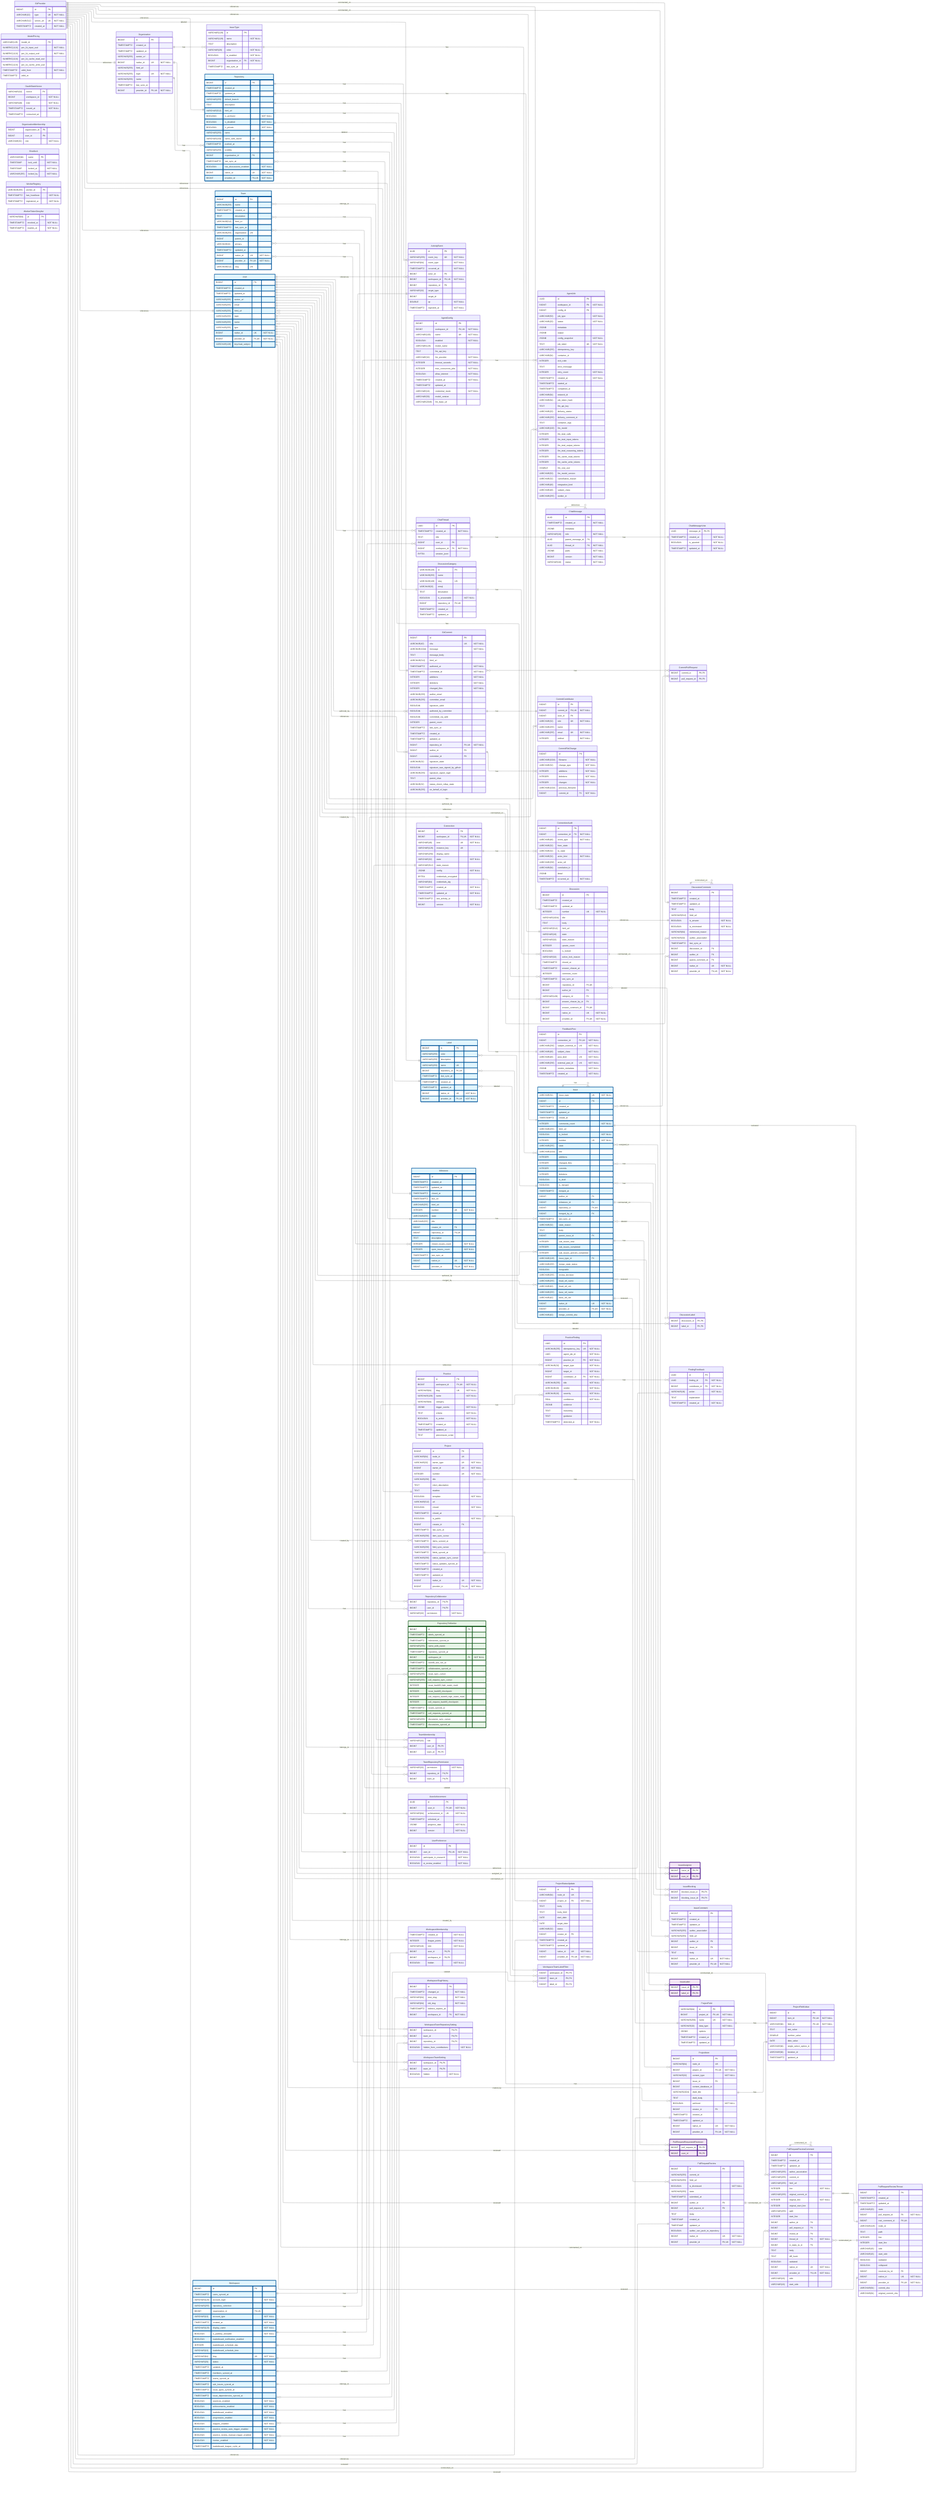
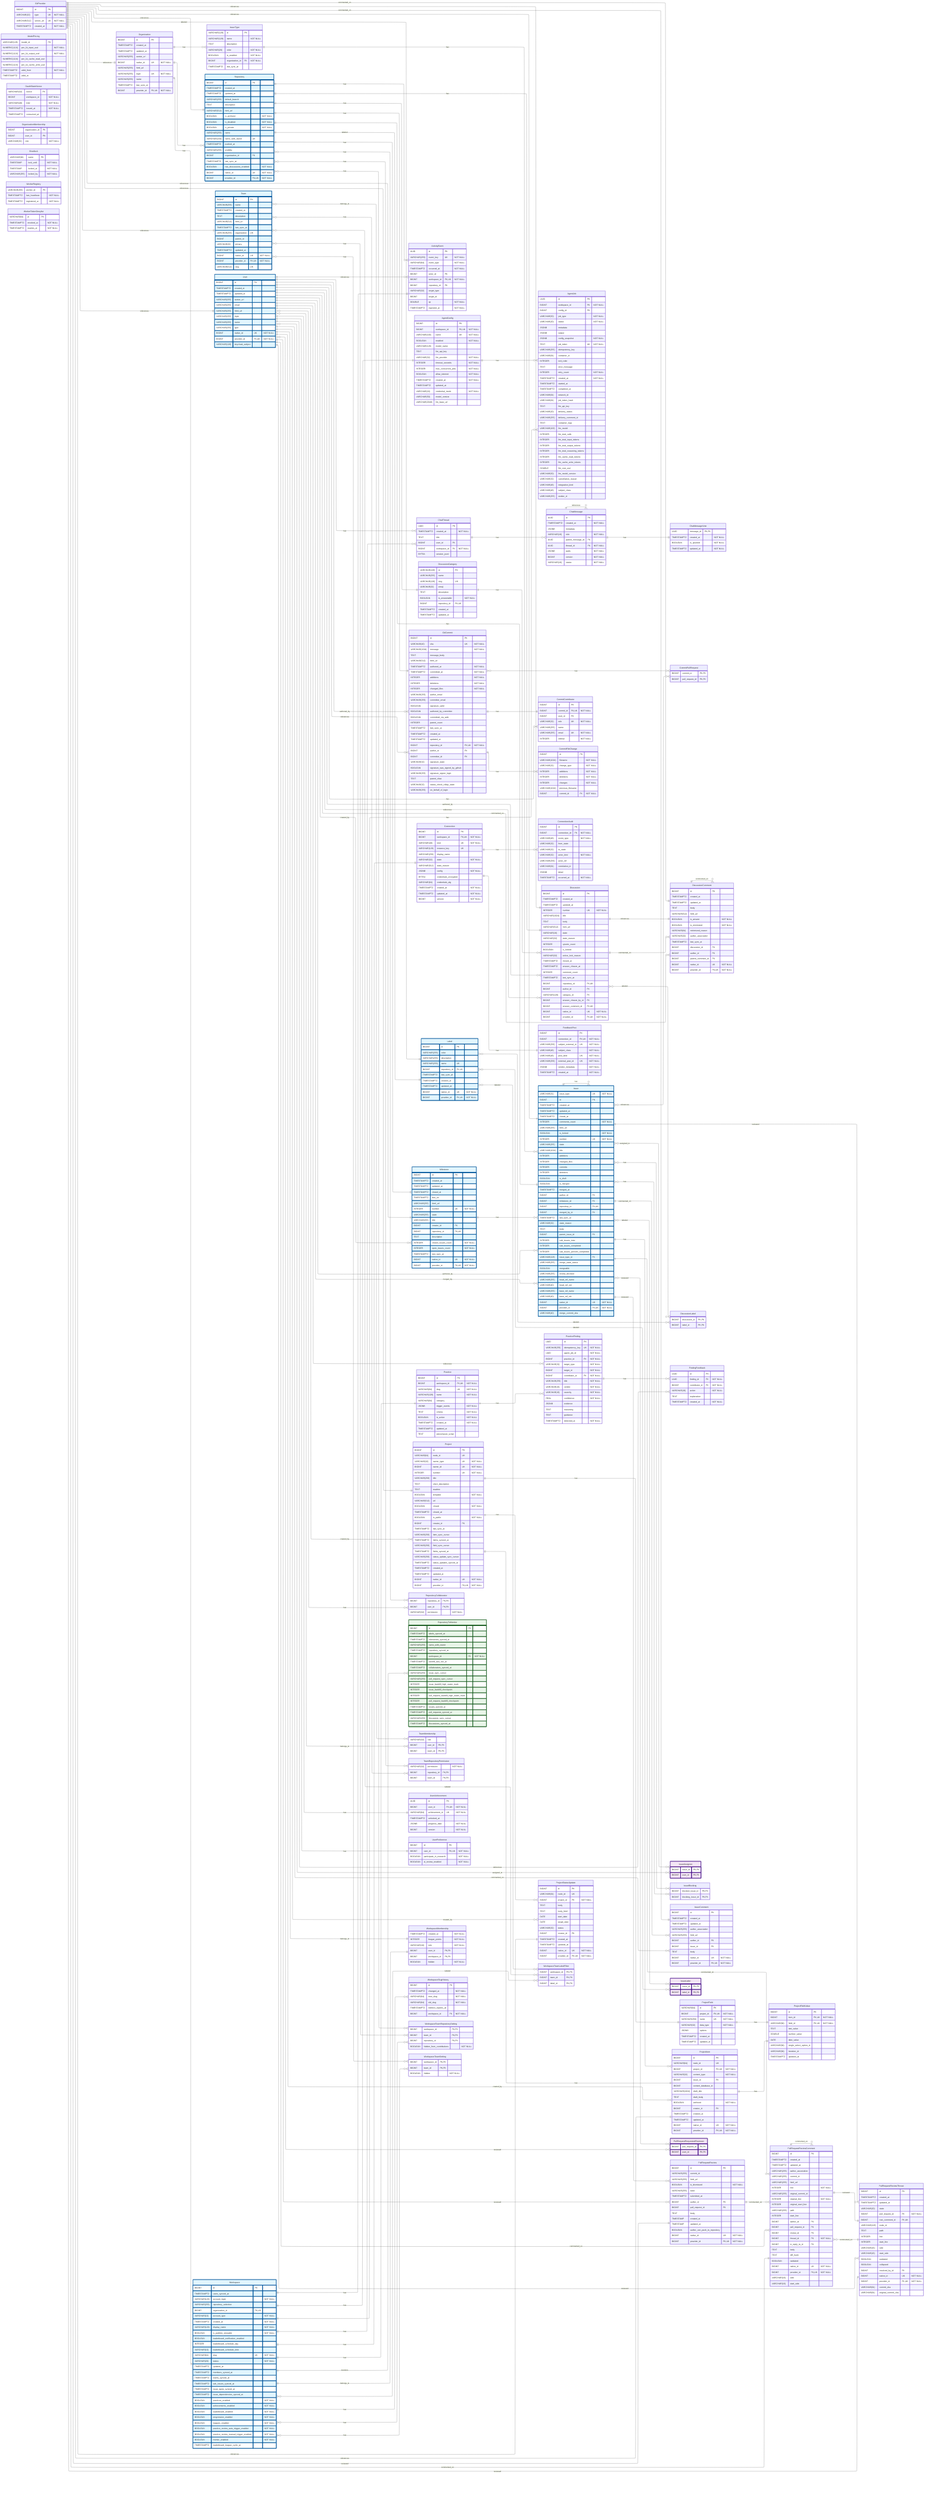
---
config:
    layout: elk
---
erDiagram
    %% Generated automatically from PostgreSQL database schema
    %% using scripts/generate-mermaid-erd.ts
    %% To regenerate: pnpm run db:generate-erd-docs

    direction LR

    ActivityEvent {
        UUID id PK
        VARCHAR(255) event_key UK "NOT NULL"
        VARCHAR(64) event_type "NOT NULL"
        TIMESTAMPTZ occurred_at "NOT NULL"
        BIGINT actor_id FK
        BIGINT workspace_id FK,UK "NOT NULL"
        BIGINT repository_id FK
        VARCHAR(32) target_type
        BIGINT target_id
        DOUBLE xp "NOT NULL"
        TIMESTAMPTZ ingested_at "NOT NULL"
    }

    AgentConfig {
        BIGINT id PK
        BIGINT workspace_id FK,UK "NOT NULL"
        VARCHAR(100) name UK "NOT NULL"
        BOOLEAN enabled "NOT NULL"
        VARCHAR(128) model_name
        TEXT llm_api_key
        VARCHAR(32) llm_provider "NOT NULL"
        INTEGER timeout_seconds "NOT NULL"
        INTEGER max_concurrent_jobs "NOT NULL"
        BOOLEAN allow_internet "NOT NULL"
        TIMESTAMPTZ created_at "NOT NULL"
        TIMESTAMPTZ updated_at
        VARCHAR(16) credential_mode "NOT NULL"
        VARCHAR(50) model_version
        VARCHAR(2048) llm_base_url
    }

    AgentJob {
        UUID id PK
        BIGINT workspace_id FK "NOT NULL"
        BIGINT config_id FK
        VARCHAR(50) job_type "NOT NULL"
        VARCHAR(20) status "NOT NULL"
        JSONB metadata
        JSONB output
        JSONB config_snapshot "NOT NULL"
        TEXT job_token UK "NOT NULL"
        VARCHAR(255) idempotency_key
        VARCHAR(64) container_id
        INTEGER exit_code
        TEXT error_message
        INTEGER retry_count "NOT NULL"
        TIMESTAMPTZ created_at "NOT NULL"
        TIMESTAMPTZ started_at
        TIMESTAMPTZ completed_at
        VARCHAR(64) network_id
        VARCHAR(64) job_token_hash
        TEXT llm_api_key
        VARCHAR(20) delivery_status
        VARCHAR(255) delivery_comment_id
        TEXT container_logs
        VARCHAR(100) llm_model
        INTEGER llm_total_calls
        INTEGER llm_total_input_tokens
        INTEGER llm_total_output_tokens
        INTEGER llm_total_reasoning_tokens
        INTEGER llm_cache_read_tokens
        INTEGER llm_cache_write_tokens
        DOUBLE llm_cost_usd
        VARCHAR(50) llm_model_version
        VARCHAR(32) cancellation_reason
        VARCHAR(48) integration_kind
        VARCHAR(48) subject_class
        VARCHAR(255) worker_id
    }

    ChatMessage {
        UUID id PK
        TIMESTAMPTZ created_at "NOT NULL"
        JSONB metadata
        VARCHAR(16) role "NOT NULL"
        UUID parent_message_id FK
        UUID thread_id FK "NOT NULL"
        JSONB parts "NOT NULL"
        BIGINT version "NOT NULL"
        VARCHAR(16) status "NOT NULL"
    }

    ChatMessageVote {
        UUID message_id PK,FK
        TIMESTAMPTZ created_at "NOT NULL"
        BOOLEAN is_upvoted "NOT NULL"
        TIMESTAMPTZ updated_at "NOT NULL"
    }

    ChatThread {
        UUID id PK
        TIMESTAMPTZ created_at "NOT NULL"
        TEXT title
        BIGINT user_id FK
        BIGINT workspace_id FK "NOT NULL"
        BYTEA session_jsonl
    }

    CommitContributor {
        BIGINT id PK
        BIGINT commit_id FK,UK "NOT NULL"
        BIGINT user_id FK
        VARCHAR(32) role UK "NOT NULL"
        VARCHAR(255) name
        VARCHAR(255) email UK "NOT NULL"
        INTEGER ordinal "NOT NULL"
    }

    CommitFileChange {
        BIGINT id PK
        VARCHAR(1024) filename "NOT NULL"
        VARCHAR(32) change_type "NOT NULL"
        INTEGER additions "NOT NULL"
        INTEGER deletions "NOT NULL"
        INTEGER changes "NOT NULL"
        VARCHAR(1024) previous_filename
        BIGINT commit_id FK "NOT NULL"
    }

    CommitPullRequest {
        BIGINT commit_id PK,FK
        BIGINT pull_request_id PK,FK
    }

    Connection {
        BIGINT id PK
        BIGINT workspace_id FK,UK "NOT NULL"
        VARCHAR(48) kind UK "NOT NULL"
        VARCHAR(128) instance_key UK
        VARCHAR(256) display_name
        VARCHAR(32) state "NOT NULL"
        VARCHAR(512) state_reason
        JSONB config "NOT NULL"
        BYTEA credentials_encrypted
        VARCHAR(64) credentials_alg
        TIMESTAMPTZ created_at "NOT NULL"
        TIMESTAMPTZ updated_at "NOT NULL"
-         TIMESTAMPTZ last_activity_at
        BIGINT version "NOT NULL"
    }

    ConnectionAudit {
        BIGINT id PK
        BIGINT connection_id FK "NOT NULL"
        VARCHAR(48) event_type "NOT NULL"
        VARCHAR(32) from_state
        VARCHAR(32) to_state
        VARCHAR(32) actor_kind "NOT NULL"
        VARCHAR(256) actor_ref
        VARCHAR(64) correlation_id
        JSONB detail
        TIMESTAMPTZ occurred_at "NOT NULL"
    }

    Discussion {
        BIGINT id PK
        TIMESTAMPTZ created_at
        TIMESTAMPTZ updated_at
        INTEGER number UK "NOT NULL"
        VARCHAR(1024) title
        TEXT body
        VARCHAR(512) html_url
        VARCHAR(16) state
        VARCHAR(32) state_reason
        INTEGER upvote_count
        BOOLEAN is_locked
        VARCHAR(32) active_lock_reason
        TIMESTAMPTZ closed_at
        TIMESTAMPTZ answer_chosen_at
        INTEGER comment_count
        TIMESTAMPTZ last_sync_at
        BIGINT repository_id FK,UK
        BIGINT author_id FK
        VARCHAR(128) category_id FK
        BIGINT answer_chosen_by_id FK
        BIGINT answer_comment_id FK,UK
        BIGINT native_id UK "NOT NULL"
        BIGINT provider_id FK,UK "NOT NULL"
    }

    DiscussionCategory {
        VARCHAR(128) id PK
        VARCHAR(255) name
        VARCHAR(128) slug UK
        VARCHAR(32) emoji
        TEXT description
        BOOLEAN is_answerable "NOT NULL"
        BIGINT repository_id FK,UK
        TIMESTAMPTZ created_at
        TIMESTAMPTZ updated_at
    }

    DiscussionComment {
        BIGINT id PK
        TIMESTAMPTZ created_at
        TIMESTAMPTZ updated_at
        TEXT body
        VARCHAR(512) html_url
        BOOLEAN is_answer "NOT NULL"
        BOOLEAN is_minimized "NOT NULL"
        VARCHAR(64) minimized_reason
        VARCHAR(32) author_association
        TIMESTAMPTZ last_sync_at
        BIGINT discussion_id FK
        BIGINT author_id FK
        BIGINT parent_comment_id FK
        BIGINT native_id UK "NOT NULL"
        BIGINT provider_id FK,UK "NOT NULL"
    }

    DiscussionLabel {
        BIGINT discussion_id PK,FK
        BIGINT label_id PK,FK
    }

    FeedbackPost {
        BIGINT id PK
        BIGINT connection_id FK,UK "NOT NULL"
        VARCHAR(256) subject_external_id UK "NOT NULL"
        VARCHAR(48) subject_class "NOT NULL"
        VARCHAR(48) post_kind UK "NOT NULL"
        VARCHAR(256) external_post_id UK "NOT NULL"
        JSONB vendor_metadata "NOT NULL"
        TIMESTAMPTZ created_at "NOT NULL"
    }

    FindingFeedback {
        UUID id PK
        UUID finding_id FK "NOT NULL"
        BIGINT contributor_id FK "NOT NULL"
        VARCHAR(16) action "NOT NULL"
        TEXT explanation
        TIMESTAMPTZ created_at "NOT NULL"
    }

    GitCommit {
        BIGINT id PK
        VARCHAR(40) sha UK "NOT NULL"
        VARCHAR(1024) message "NOT NULL"
        TEXT message_body
        VARCHAR(512) html_url
        TIMESTAMPTZ authored_at "NOT NULL"
        TIMESTAMPTZ committed_at "NOT NULL"
        INTEGER additions "NOT NULL"
        INTEGER deletions "NOT NULL"
        INTEGER changed_files "NOT NULL"
        VARCHAR(255) author_email
        VARCHAR(255) committer_email
        BOOLEAN signature_valid
        BOOLEAN authored_by_committer
        BOOLEAN committed_via_web
        INTEGER parent_count
        TIMESTAMPTZ last_sync_at
        TIMESTAMPTZ created_at
        TIMESTAMPTZ updated_at
        BIGINT repository_id FK,UK "NOT NULL"
        BIGINT author_id FK
        BIGINT committer_id FK
        VARCHAR(32) signature_state
        BOOLEAN signature_was_signed_by_github
        VARCHAR(255) signature_signer_login
        TEXT parent_shas
        VARCHAR(32) status_check_rollup_state
        VARCHAR(255) on_behalf_of_login
    }

    GitProvider {
        BIGINT id PK
        VARCHAR(10) type UK "NOT NULL"
        VARCHAR(512) server_url UK "NOT NULL"
        TIMESTAMPTZ created_at "NOT NULL"
    }

    Issue {
        VARCHAR(31) issue_type UK "NOT NULL"
        BIGINT id PK
        TIMESTAMPTZ created_at
        TIMESTAMPTZ updated_at
        TIMESTAMPTZ closed_at
        INTEGER comments_count "NOT NULL"
        VARCHAR(255) html_url
        BOOLEAN is_locked "NOT NULL"
        INTEGER number UK "NOT NULL"
        VARCHAR(255) state
        VARCHAR(1024) title
        INTEGER additions
        INTEGER changed_files
        INTEGER commits
        INTEGER deletions
        BOOLEAN is_draft
        BOOLEAN is_merged
        TIMESTAMPTZ merged_at
        BIGINT author_id FK
        BIGINT milestone_id FK
        BIGINT repository_id FK,UK
        BIGINT merged_by_id FK
        TIMESTAMPTZ last_sync_at
        VARCHAR(32) state_reason
        TEXT body
        BIGINT parent_issue_id FK
        INTEGER sub_issues_total
        INTEGER sub_issues_completed
        INTEGER sub_issues_percent_completed
        VARCHAR(128) issue_type_id FK
        VARCHAR(255) merge_state_status
        BOOLEAN mergeable
        VARCHAR(255) review_decision
        VARCHAR(255) head_ref_name
        VARCHAR(40) head_ref_oid
        VARCHAR(255) base_ref_name
        VARCHAR(40) base_ref_oid
        BIGINT native_id UK "NOT NULL"
        BIGINT provider_id FK,UK "NOT NULL"
        VARCHAR(40) merge_commit_sha
    }

    IssueAssignee {
        BIGINT issue_id PK,FK
        BIGINT user_id PK,FK
    }

    IssueBlocking {
        BIGINT blocked_issue_id PK,FK
        BIGINT blocking_issue_id PK,FK
    }

    IssueComment {
        BIGINT id PK
        TIMESTAMPTZ created_at
        TIMESTAMPTZ updated_at
        VARCHAR(255) author_association
        VARCHAR(255) html_url
        BIGINT author_id FK
        BIGINT issue_id FK
        TEXT body
        BIGINT native_id UK "NOT NULL"
        BIGINT provider_id FK,UK "NOT NULL"
    }

    IssueLabel {
        BIGINT issue_id PK,FK
        BIGINT label_id PK,FK
    }

    IssueType {
        VARCHAR(128) id PK
        VARCHAR(128) name "NOT NULL"
        TEXT description
        VARCHAR(20) color "NOT NULL"
        BOOLEAN is_enabled "NOT NULL"
        BIGINT organization_id FK "NOT NULL"
        TIMESTAMPTZ last_sync_at
    }

    Label {
        BIGINT id PK
        VARCHAR(255) color
        VARCHAR(255) description
        VARCHAR(255) name UK
        BIGINT repository_id FK,UK
        TIMESTAMPTZ last_sync_at
        TIMESTAMPTZ created_at
        TIMESTAMPTZ updated_at
        BIGINT native_id UK "NOT NULL"
        BIGINT provider_id FK,UK "NOT NULL"
    }

    Milestone {
        BIGINT id PK
        TIMESTAMPTZ created_at
        TIMESTAMPTZ updated_at
        TIMESTAMPTZ closed_at
        TIMESTAMPTZ due_on
        VARCHAR(255) html_url
        INTEGER number UK "NOT NULL"
        VARCHAR(255) state
        VARCHAR(255) title
        BIGINT creator_id FK
        BIGINT repository_id FK,UK
        TEXT description
        INTEGER closed_issues_count "NOT NULL"
        INTEGER open_issues_count "NOT NULL"
        TIMESTAMPTZ last_sync_at
        BIGINT native_id UK "NOT NULL"
        BIGINT provider_id FK,UK "NOT NULL"
    }

    ModelPricing {
        VARCHAR(128) model_id PK
        NUMERIC(12,6) per_1k_input_usd "NOT NULL"
        NUMERIC(12,6) per_1k_output_usd "NOT NULL"
        NUMERIC(12,6) per_1k_cache_read_usd
        NUMERIC(12,6) per_1k_cache_write_usd
        TIMESTAMPTZ valid_from "NOT NULL"
        TIMESTAMPTZ valid_to
    }

    OauthStateNonce {
        VARCHAR(32) nonce PK
        BIGINT workspace_id "NOT NULL"
        VARCHAR(48) kind "NOT NULL"
        TIMESTAMPTZ issued_at "NOT NULL"
        TIMESTAMPTZ consumed_at
    }

    Organization {
        BIGINT id PK
        TIMESTAMPTZ created_at
        TIMESTAMPTZ updated_at
        VARCHAR(255) avatar_url
        BIGINT native_id UK "NOT NULL"
        VARCHAR(255) html_url
        VARCHAR(255) login UK "NOT NULL"
        VARCHAR(255) name
        TIMESTAMPTZ last_sync_at
        BIGINT provider_id FK,UK "NOT NULL"
    }

    OrganizationMembership {
        BIGINT organization_id PK
        BIGINT user_id PK
        VARCHAR(32) role "NOT NULL"
    }

    Practice {
        BIGINT id PK
        BIGINT workspace_id FK,UK "NOT NULL"
        VARCHAR(64) slug UK "NOT NULL"
        VARCHAR(128) name "NOT NULL"
        VARCHAR(64) category
        JSONB trigger_events "NOT NULL"
        TEXT criteria "NOT NULL"
        BOOLEAN is_active "NOT NULL"
        TIMESTAMPTZ created_at "NOT NULL"
        TIMESTAMPTZ updated_at
        TEXT precompute_script
    }

    PracticeFinding {
        UUID id PK
        VARCHAR(255) idempotency_key UK "NOT NULL"
        UUID agent_job_id "NOT NULL"
        BIGINT practice_id FK "NOT NULL"
        VARCHAR(32) target_type "NOT NULL"
        BIGINT target_id "NOT NULL"
        BIGINT contributor_id FK "NOT NULL"
        VARCHAR(255) title "NOT NULL"
        VARCHAR(16) verdict "NOT NULL"
        VARCHAR(16) severity "NOT NULL"
        REAL confidence "NOT NULL"
        JSONB evidence
        TEXT reasoning
        TEXT guidance
        TIMESTAMPTZ detected_at "NOT NULL"
    }

    Project {
        BIGINT id PK
        VARCHAR(64) node_id UK
        VARCHAR(32) owner_type UK "NOT NULL"
        BIGINT owner_id UK "NOT NULL"
        INTEGER number UK "NOT NULL"
        VARCHAR(256) title
        TEXT short_description
        TEXT readme
        BOOLEAN template "NOT NULL"
        VARCHAR(512) url
        BOOLEAN closed "NOT NULL"
        TIMESTAMPTZ closed_at
        BOOLEAN is_public "NOT NULL"
        BIGINT creator_id FK
        TIMESTAMPTZ last_sync_at
        VARCHAR(256) item_sync_cursor
        TIMESTAMPTZ items_synced_at
        VARCHAR(256) field_sync_cursor
        TIMESTAMPTZ fields_synced_at
        VARCHAR(256) status_update_sync_cursor
        TIMESTAMPTZ status_updates_synced_at
        TIMESTAMPTZ created_at
        TIMESTAMPTZ updated_at
        BIGINT native_id UK "NOT NULL"
        BIGINT provider_id FK,UK "NOT NULL"
    }

    ProjectField {
        VARCHAR(64) id PK
        BIGINT project_id FK,UK "NOT NULL"
        VARCHAR(256) name UK "NOT NULL"
        VARCHAR(32) data_type "NOT NULL"
        JSONB options
        TIMESTAMPTZ created_at
        TIMESTAMPTZ updated_at
    }

    ProjectFieldValue {
        BIGINT id PK
        BIGINT item_id FK,UK "NOT NULL"
        VARCHAR(64) field_id FK,UK "NOT NULL"
        TEXT text_value
        DOUBLE number_value
        DATE date_value
        VARCHAR(64) single_select_option_id
        VARCHAR(64) iteration_id
        TIMESTAMPTZ updated_at
    }

    ProjectItem {
        BIGINT id PK
        VARCHAR(64) node_id UK
        BIGINT project_id FK,UK "NOT NULL"
        VARCHAR(32) content_type "NOT NULL"
        BIGINT issue_id FK
        BIGINT content_database_id
        VARCHAR(1024) draft_title
        TEXT draft_body
        BOOLEAN archived "NOT NULL"
        BIGINT creator_id FK
        TIMESTAMPTZ created_at
        TIMESTAMPTZ updated_at
        BIGINT native_id UK "NOT NULL"
        BIGINT provider_id FK,UK "NOT NULL"
    }

    ProjectStatusUpdate {
        BIGINT id PK
        VARCHAR(64) node_id UK
        BIGINT project_id FK "NOT NULL"
        TEXT body
        TEXT body_html
        DATE start_date
        DATE target_date
        VARCHAR(32) status
        BIGINT creator_id FK
        TIMESTAMPTZ created_at
        TIMESTAMPTZ updated_at
        BIGINT native_id UK "NOT NULL"
        BIGINT provider_id FK,UK "NOT NULL"
    }

    PullRequestRequestedReviewer {
        BIGINT pull_request_id PK,FK
        BIGINT user_id PK,FK
    }

    PullRequestReview {
        BIGINT id PK
        VARCHAR(255) commit_id
        VARCHAR(255) html_url
        BOOLEAN is_dismissed "NOT NULL"
        VARCHAR(255) state
        TIMESTAMPTZ submitted_at
        BIGINT author_id FK
        BIGINT pull_request_id FK
        TEXT body
        TIMESTAMP created_at
        TIMESTAMP updated_at
        BOOLEAN author_can_push_to_repository
        BIGINT native_id UK "NOT NULL"
        BIGINT provider_id FK,UK "NOT NULL"
    }

    PullRequestReviewComment {
        BIGINT id PK
        TIMESTAMPTZ created_at
        TIMESTAMPTZ updated_at
        VARCHAR(255) author_association
        VARCHAR(255) commit_id
        VARCHAR(255) html_url
        INTEGER line "NOT NULL"
        VARCHAR(255) original_commit_id
        INTEGER original_line "NOT NULL"
        INTEGER original_start_line
        VARCHAR(255) path
        INTEGER start_line
        BIGINT author_id FK
        BIGINT pull_request_id FK
        BIGINT review_id FK
        BIGINT thread_id FK "NOT NULL"
        BIGINT in_reply_to_id FK
        TEXT body
        TEXT diff_hunk
        BOOLEAN outdated
        BIGINT native_id UK "NOT NULL"
        BIGINT provider_id FK,UK "NOT NULL"
        VARCHAR(16) side
        VARCHAR(16) start_side
    }

    PullRequestReviewThread {
        BIGINT id PK
        TIMESTAMPTZ created_at
        TIMESTAMPTZ updated_at
        VARCHAR(20) state
        BIGINT pull_request_id FK "NOT NULL"
        BIGINT root_comment_id FK,UK
        VARCHAR(128) node_id
        TEXT path
        INTEGER line
        INTEGER start_line
        VARCHAR(16) side
        VARCHAR(16) start_side
        BOOLEAN outdated
        BOOLEAN collapsed
        BIGINT resolved_by_id FK
        BIGINT native_id UK "NOT NULL"
        BIGINT provider_id FK,UK "NOT NULL"
        VARCHAR(64) commit_sha
        VARCHAR(64) original_commit_sha
    }

    Repository {
        BIGINT id PK
        TIMESTAMPTZ created_at
        TIMESTAMPTZ updated_at
        VARCHAR(255) default_branch
        TEXT description
        VARCHAR(512) html_url
        BOOLEAN is_archived "NOT NULL"
        BOOLEAN is_disabled "NOT NULL"
        BOOLEAN is_private "NOT NULL"
        VARCHAR(255) name
        VARCHAR(150) name_with_owner UK
        TIMESTAMPTZ pushed_at
        VARCHAR(255) visibility
        BIGINT organization_id FK
        TIMESTAMPTZ last_sync_at
        BOOLEAN has_discussions_enabled "NOT NULL"
        BIGINT native_id UK "NOT NULL"
        BIGINT provider_id FK,UK "NOT NULL"
    }

    RepositoryCollaborator {
        BIGINT repository_id PK,FK
        BIGINT user_id PK,FK
        VARCHAR(32) permission "NOT NULL"
    }

    RepositoryToMonitor {
        BIGINT id PK
        TIMESTAMPTZ labels_synced_at
        TIMESTAMPTZ milestones_synced_at
        VARCHAR(255) name_with_owner
        TIMESTAMPTZ repository_synced_at
        BIGINT workspace_id FK "NOT NULL"
        TIMESTAMPTZ backfill_last_run_at
        TIMESTAMPTZ collaborators_synced_at
        VARCHAR(255) issue_sync_cursor
        VARCHAR(255) pull_request_sync_cursor
        INTEGER issue_backfill_high_water_mark
        INTEGER issue_backfill_checkpoint
        INTEGER pull_request_backfill_high_water_mark
        INTEGER pull_request_backfill_checkpoint
        TIMESTAMPTZ issues_synced_at
        TIMESTAMPTZ pull_requests_synced_at
        VARCHAR(255) discussion_sync_cursor
        TIMESTAMPTZ discussions_synced_at
    }

    Shedlock {
        VARCHAR(64) name PK
        TIMESTAMP lock_until "NOT NULL"
        TIMESTAMP locked_at "NOT NULL"
        VARCHAR(255) locked_by "NOT NULL"
    }

    Team {
        BIGINT id PK
        VARCHAR(255) name
        TIMESTAMPTZ created_at
        TEXT description
        VARCHAR(512) html_url
        TIMESTAMPTZ last_sync_at
        VARCHAR(255) organization UK
        BIGINT parent_id
        VARCHAR(32) privacy
        TIMESTAMPTZ updated_at
        BIGINT native_id UK "NOT NULL"
        BIGINT provider_id FK,UK "NOT NULL"
        VARCHAR(512) slug UK
    }

    TeamMembership {
        VARCHAR(32) role
        BIGINT user_id PK,FK
        BIGINT team_id PK,FK
    }

    TeamRepositoryPermission {
        VARCHAR(32) permission "NOT NULL"
        BIGINT repository_id PK,FK
        BIGINT team_id PK,FK
    }

    User {
        BIGINT id PK
        TIMESTAMPTZ created_at
        TIMESTAMPTZ updated_at
        VARCHAR(255) avatar_url
        VARCHAR(255) email
        VARCHAR(255) html_url
        VARCHAR(255) login
        VARCHAR(255) name
        VARCHAR(255) type
        BIGINT native_id UK "NOT NULL"
        BIGINT provider_id FK,UK "NOT NULL"
        VARCHAR(128) keycloak_subject
    }

    UserAchievement {
        UUID id PK
        BIGINT user_id FK,UK "NOT NULL"
        VARCHAR(64) achievement_id UK "NOT NULL"
        TIMESTAMPTZ unlocked_at
        JSONB progress_data "NOT NULL"
        BIGINT version "NOT NULL"
    }

    UserPreference {
        BIGINT id PK
        BIGINT user_id FK,UK "NOT NULL"
        BOOLEAN participate_in_research "NOT NULL"
        BOOLEAN ai_review_enabled "NOT NULL"
    }

    WorkerRegistry {
        VARCHAR(255) worker_id PK
        TIMESTAMPTZ last_heartbeat "NOT NULL"
        TIMESTAMPTZ registered_at "NOT NULL"
    }

    WorkerTokenDenylist {
        VARCHAR(64) jti PK
        TIMESTAMPTZ revoked_at "NOT NULL"
        TIMESTAMPTZ expires_at "NOT NULL"
    }

    Workspace {
        BIGINT id PK
        TIMESTAMPTZ users_synced_at
        VARCHAR(120) account_login "NOT NULL"
        VARCHAR(255) repository_selection
        BIGINT organization_id FK,UK
        VARCHAR(10) account_type "NOT NULL"
        TIMESTAMPTZ created_at "NOT NULL"
        VARCHAR(120) display_name "NOT NULL"
        BOOLEAN is_publicly_viewable "NOT NULL"
        BOOLEAN leaderboard_notification_enabled
        INTEGER leaderboard_schedule_day
        VARCHAR(10) leaderboard_schedule_time
        VARCHAR(64) slug UK "NOT NULL"
        VARCHAR(20) status "NOT NULL"
        TIMESTAMPTZ updated_at
        TIMESTAMPTZ members_synced_at
        TIMESTAMPTZ teams_synced_at
        TIMESTAMPTZ sub_issues_synced_at
        TIMESTAMPTZ issue_types_synced_at
        TIMESTAMPTZ issue_dependencies_synced_at
        BOOLEAN practices_enabled "NOT NULL"
        BOOLEAN achievements_enabled "NOT NULL"
        BOOLEAN leaderboard_enabled "NOT NULL"
        BOOLEAN progression_enabled "NOT NULL"
        BOOLEAN leagues_enabled "NOT NULL"
        BOOLEAN practice_review_auto_trigger_enabled "NOT NULL"
        BOOLEAN practice_review_manual_trigger_enabled "NOT NULL"
        BOOLEAN mentor_enabled "NOT NULL"
        TIMESTAMPTZ leaderboard_league_cycle_at
    }

    WorkspaceMembership {
        TIMESTAMPTZ created_at "NOT NULL"
        INTEGER league_points "NOT NULL"
        VARCHAR(16) role "NOT NULL"
        BIGINT user_id PK,FK
        BIGINT workspace_id PK,FK
        BOOLEAN hidden "NOT NULL"
    }

    WorkspaceSlugHistory {
        BIGINT id PK
        TIMESTAMPTZ changed_at "NOT NULL"
        VARCHAR(64) new_slug "NOT NULL"
        VARCHAR(64) old_slug "NOT NULL"
        TIMESTAMPTZ redirect_expires_at
        BIGINT workspace_id FK "NOT NULL"
    }

    WorkspaceTeamLabelFilter {
        BIGINT workspace_id PK,FK
        BIGINT team_id PK,FK
        BIGINT label_id PK,FK
    }

    WorkspaceTeamRepositorySetting {
        BIGINT workspace_id PK,FK
        BIGINT team_id PK,FK
        BIGINT repository_id PK,FK
        BOOLEAN hidden_from_contributions "NOT NULL"
    }

    WorkspaceTeamSetting {
        BIGINT workspace_id PK,FK
        BIGINT team_id PK,FK
        BOOLEAN hidden "NOT NULL"
    }

    %% Relationships
    %% One-to-One relationships
    Workspace ||--|| ActivityEvent : has
    Workspace ||--|| AgentConfig : has
    ChatMessage ||--|| ChatMessageVote : has
    GitCommit ||--|| CommitContributor : has
    Workspace ||--|| Connection : has
    DiscussionComment ||--|| Discussion : references
    GitProvider ||--|| Discussion : references
    Repository ||--|| Discussion : has
    Repository ||--|| DiscussionCategory : has
    GitProvider ||--|| DiscussionComment : commented_on
    Connection ||--|| FeedbackPost : has
    Repository ||--|| GitCommit : has
    GitProvider ||--|| Issue : references
    Repository ||--|| Issue : has
    GitProvider ||--|| IssueComment : commented_on
    GitProvider ||--|| Label : labeled
    Repository ||--|| Label : labeled
    GitProvider ||--|| Milestone : references
    Repository ||--|| Milestone : has
    GitProvider ||--|| Organization : references
    Workspace ||--|| Practice : has
    GitProvider ||--|| Project : references
    Project ||--|| ProjectField : has
    ProjectField ||--|| ProjectFieldValue : has
    ProjectItem ||--|| ProjectFieldValue : has
    Project ||--|| ProjectItem : has
    GitProvider ||--|| ProjectItem : references
    GitProvider ||--|| ProjectStatusUpdate : references
    GitProvider ||--|| PullRequestReview : reviewed
    GitProvider ||--|| PullRequestReviewComment : commented_on
    GitProvider ||--|| PullRequestReviewThread : reviewed
    PullRequestReviewComment ||--|| PullRequestReviewThread : reviewed
    GitProvider ||--|| Repository : references
    GitProvider ||--|| Team : references
    GitProvider ||--|| User : references
    User ||--|| UserAchievement : has
    User ||--|| UserPreference : has
    Organization ||--|| Workspace : has
    User ||--|| WorkspaceMembership : belongs_to
    Workspace ||--|| WorkspaceMembership : belongs_to

    %% One-to-Many relationships
    User ||--o{ ActivityEvent : references
    Repository ||--o{ ActivityEvent : has
    AgentConfig ||--o{ AgentJob : has
    Workspace ||--o{ AgentJob : has
    ChatMessage ||--o{ ChatMessage : references
    ChatThread ||--o{ ChatMessage : has
    User ||--o{ ChatThread : has
    Workspace ||--o{ ChatThread : has
    User ||--o{ CommitContributor : has
    GitCommit ||--o{ CommitFileChange : has
    Connection ||--o{ ConnectionAudit : has
    User ||--o{ Discussion : references
    User ||--o{ Discussion : authored_by
    DiscussionCategory ||--o{ Discussion : has
    User ||--o{ DiscussionComment : commented_on
    Discussion ||--o{ DiscussionComment : commented_on
    DiscussionComment ||--o{ DiscussionComment : commented_on
    User ||--o{ FindingFeedback : references
    PracticeFinding ||--o{ FindingFeedback : has
    User ||--o{ GitCommit : authored_by
    User ||--o{ GitCommit : references
    User ||--o{ Issue : authored_by
    IssueType ||--o{ Issue : has
    User ||--o{ Issue : merged_by
    Milestone ||--o{ Issue : has
    Issue ||--o{ Issue : has
    User ||--o{ IssueComment : commented_on
    Issue ||--o{ IssueComment : commented_on
    Organization ||--o{ IssueType : has
    User ||--o{ Milestone : created_by
    User ||--o{ PracticeFinding : references
    Practice ||--o{ PracticeFinding : has
    User ||--o{ Project : created_by
    User ||--o{ ProjectItem : created_by
    Issue ||--o{ ProjectItem : has
    User ||--o{ ProjectStatusUpdate : created_by
    Project ||--o{ ProjectStatusUpdate : has
    User ||--o{ PullRequestReview : reviewed
    Issue ||--o{ PullRequestReview : reviewed
    User ||--o{ PullRequestReviewComment : commented_on
    PullRequestReviewComment ||--o{ PullRequestReviewComment : commented_on
    Issue ||--o{ PullRequestReviewComment : commented_on
    PullRequestReview ||--o{ PullRequestReviewComment : commented_on
    PullRequestReviewThread ||--o{ PullRequestReviewComment : commented_on
    Issue ||--o{ PullRequestReviewThread : reviewed
    User ||--o{ PullRequestReviewThread : reviewed
    Organization ||--o{ Repository : has
    Workspace ||--o{ RepositoryToMonitor : monitors
    Workspace ||--o{ WorkspaceSlugHistory : has

    %% Many-to-Many relationships
    GitCommit }o--o{ CommitPullRequest : has
    Issue }o--o{ CommitPullRequest : references
    Discussion }o--o{ DiscussionLabel : labeled
    Label }o--o{ DiscussionLabel : labeled
    Issue }o--o{ IssueAssignee : assigned_to
    User }o--o{ IssueAssignee : assigned_to
    Issue }o--o{ IssueBlocking : has
    Issue }o--o{ IssueBlocking : has
    Issue }o--o{ IssueLabel : labeled
    Label }o--o{ IssueLabel : labeled
    Issue }o--o{ PullRequestRequestedReviewer : reviewed
    User }o--o{ PullRequestRequestedReviewer : reviewed
    Repository }o--o{ RepositoryCollaborator : has
    User }o--o{ RepositoryCollaborator : has
    Team }o--o{ TeamMembership : belongs_to
    User }o--o{ TeamMembership : belongs_to
    Repository }o--o{ TeamRepositoryPermission : has
    Team }o--o{ TeamRepositoryPermission : has
    Label }o--o{ WorkspaceTeamLabelFilter : labeled
    Team }o--o{ WorkspaceTeamLabelFilter : labeled
    Workspace }o--o{ WorkspaceTeamLabelFilter : labeled
    Repository }o--o{ WorkspaceTeamRepositorySetting : has
    Team }o--o{ WorkspaceTeamRepositorySetting : has
    Workspace }o--o{ WorkspaceTeamRepositorySetting : has
    Team }o--o{ WorkspaceTeamSetting : has
    Workspace }o--o{ WorkspaceTeamSetting : has

    %% Styling
    classDef primaryEntity fill:#e1f5fe,stroke:#01579b,stroke-width:2px
    classDef associationEntity fill:#f3e5f5,stroke:#4a148c,stroke-width:2px
    classDef metadataEntity fill:#e8f5e8,stroke:#1b5e20,stroke-width:2px

    class Issue primaryEntity
    class IssueAssignee associationEntity
    class IssueLabel associationEntity
    class Label primaryEntity
    class Milestone primaryEntity
    class PullRequestRequestedReviewer associationEntity
    class Repository primaryEntity
    class RepositoryToMonitor metadataEntity
    class Team primaryEntity
    class User primaryEntity
    class Workspace primaryEntity
